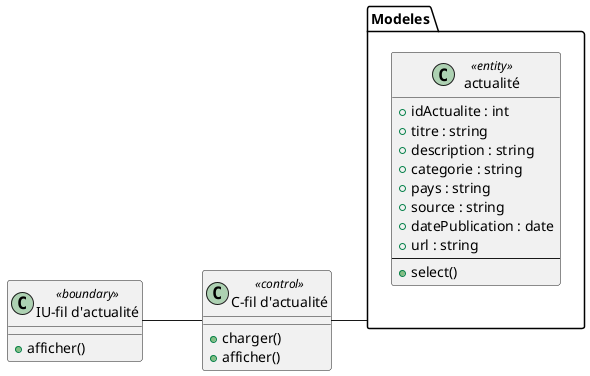
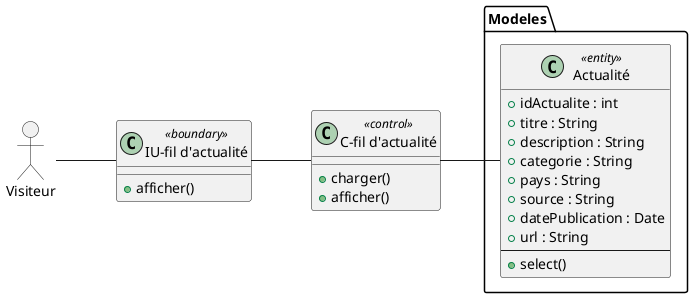
@startuml
+ allowmixing
left to right direction

+ actor "Visiteur" as Visiteur

class "IU-fil d'actualité" as Vue <<boundary>> {
  + afficher()
}

class "C-fil d'actualité" as Controleur <<control>> {
  + charger()
  + afficher()
}
+ 
package "Modeles" {
- class "actualité" as Actualite <<entity>> {
-   + idActualite : int
-   + titre : string
-   + description : string
-   + categorie : string
-   + pays : string
-   + source : string
-   + datePublication : date
-   + url : string
-   --
-   + select()
+   class "Actualité" as Actualite <<entity>> {
+     + idActualite : int
+     + titre : String
+     + description : String
+     + categorie : String
+     + pays : String
+     + source : String
+     + datePublication : Date
+     + url : String
+     --
+     + select()
+   }
}

- }
- 
+ Visiteur -- Vue
Vue -- Controleur
- Controleur -- Modeles
+ Controleur -- Actualite

@enduml